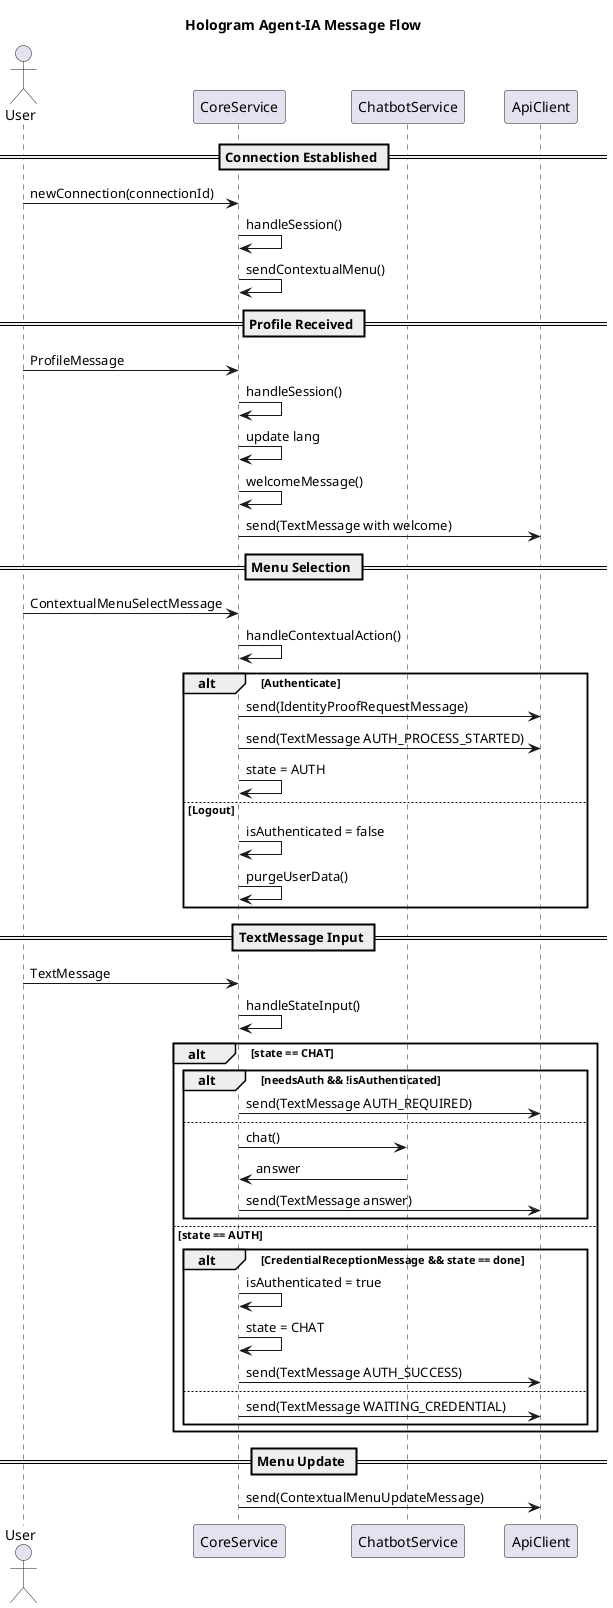
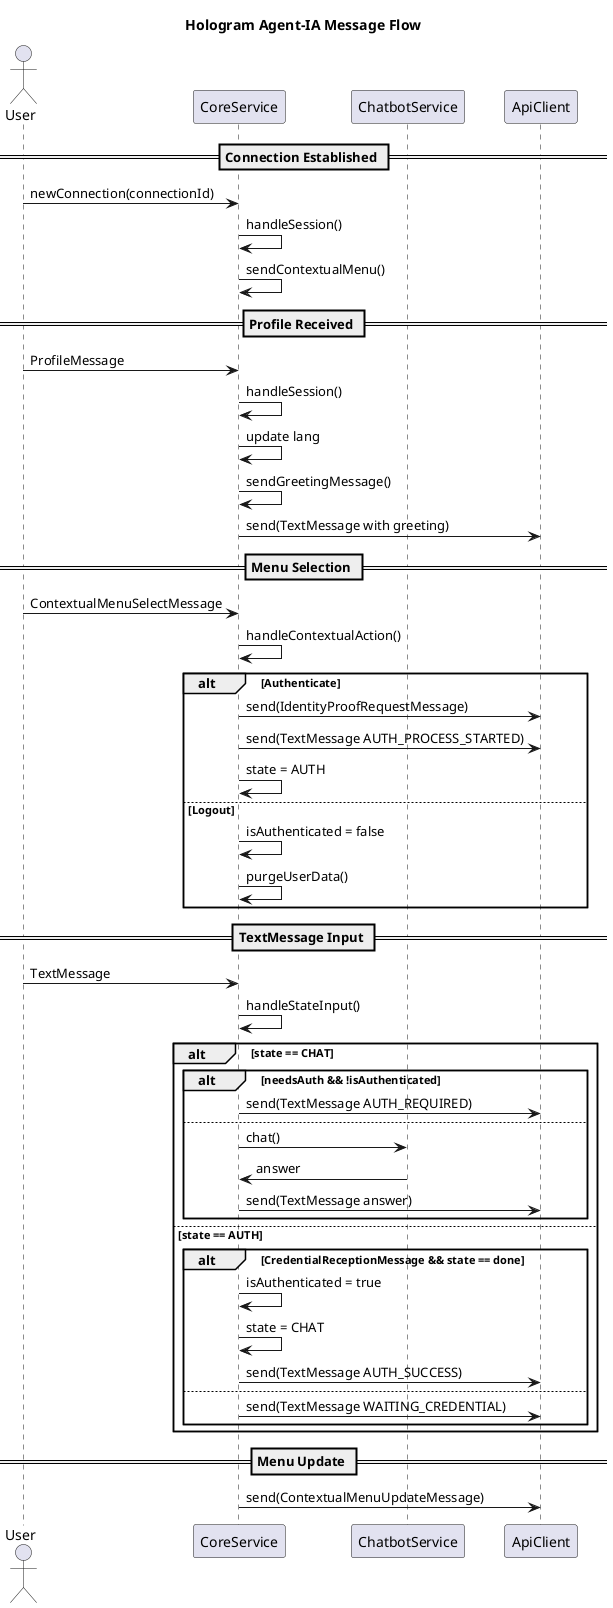

@startuml Hologram Agent-IA

title Hologram Agent-IA Message Flow

actor User
participant "CoreService" as CS
participant "ChatbotService" as Chatbot
participant "ApiClient" as API

== Connection Established ==
User -> CS : newConnection(connectionId)
CS -> CS : handleSession()
CS -> CS : sendContextualMenu()

== Profile Received ==
User -> CS : ProfileMessage
CS -> CS : handleSession()
CS -> CS : update lang
- CS -> CS : welcomeMessage()
- CS -> API : send(TextMessage with welcome)
+ CS -> CS : sendGreetingMessage()
+ CS -> API : send(TextMessage with greeting)

== Menu Selection ==
User -> CS : ContextualMenuSelectMessage
CS -> CS : handleContextualAction()
alt Authenticate
    CS -> API : send(IdentityProofRequestMessage)
    CS -> API : send(TextMessage AUTH_PROCESS_STARTED)
    CS -> CS : state = AUTH
else Logout
    CS -> CS : isAuthenticated = false
    CS -> CS : purgeUserData()
end

== TextMessage Input ==
User -> CS : TextMessage
CS -> CS : handleStateInput()
alt state == CHAT
    alt needsAuth && !isAuthenticated
        CS -> API : send(TextMessage AUTH_REQUIRED)
    else
        CS -> Chatbot : chat()
        Chatbot -> CS : answer
        CS -> API : send(TextMessage answer)
    end
else state == AUTH
    alt CredentialReceptionMessage && state == done
        CS -> CS : isAuthenticated = true
        CS -> CS : state = CHAT
        CS -> API : send(TextMessage AUTH_SUCCESS)
    else
        CS -> API : send(TextMessage WAITING_CREDENTIAL)
    end
end

== Menu Update ==
CS -> API : send(ContextualMenuUpdateMessage)

- @enduml+ @enduml
